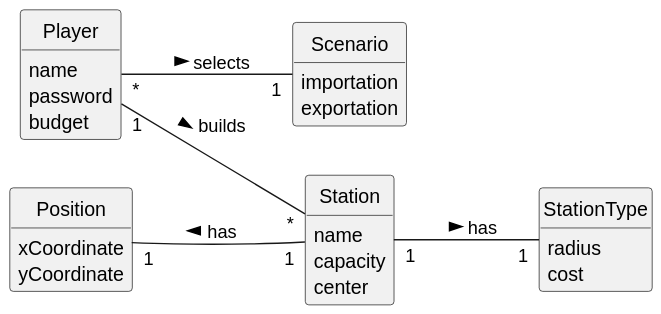
1240935/pi2-railway-simulator keeps this PlantUML diagram as Sprint2/US005/02.analysis/svg/US005-DM.svg. Above is the earlier version.
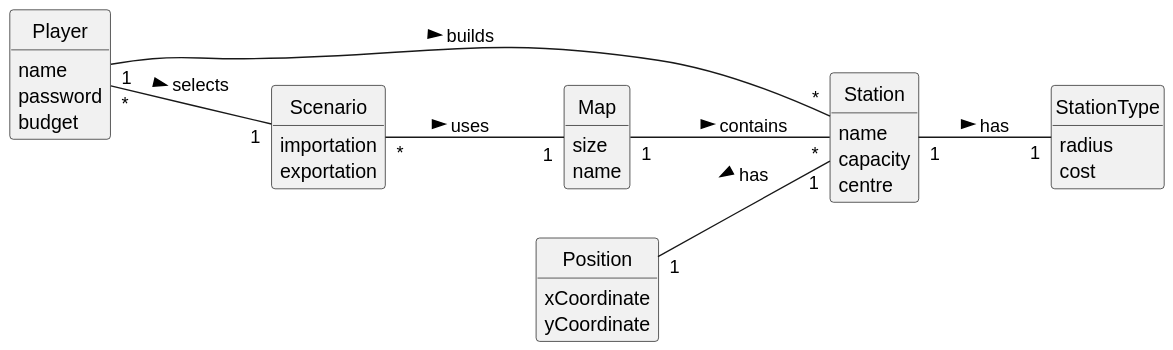
Later version of the same file.

Change to the diagram source:
```diff
@@ -14,10 +14,15 @@
     budget
 }
 
+class Map {
+    size
+    name
+}
+
 class Station {
     name
     capacity
-    center
+    centre
 }
 
 class StationType{
@@ -37,7 +42,8 @@
 
 
 
-
+Scenario "*" -- "1" Map : uses >
+Map "1" -- "*" Station : contains >
 Station "1" -- "1" StationType: has >
 Player "1" -- "*" Station: builds >
 Player "*" -- "1" Scenario : selects >
```
